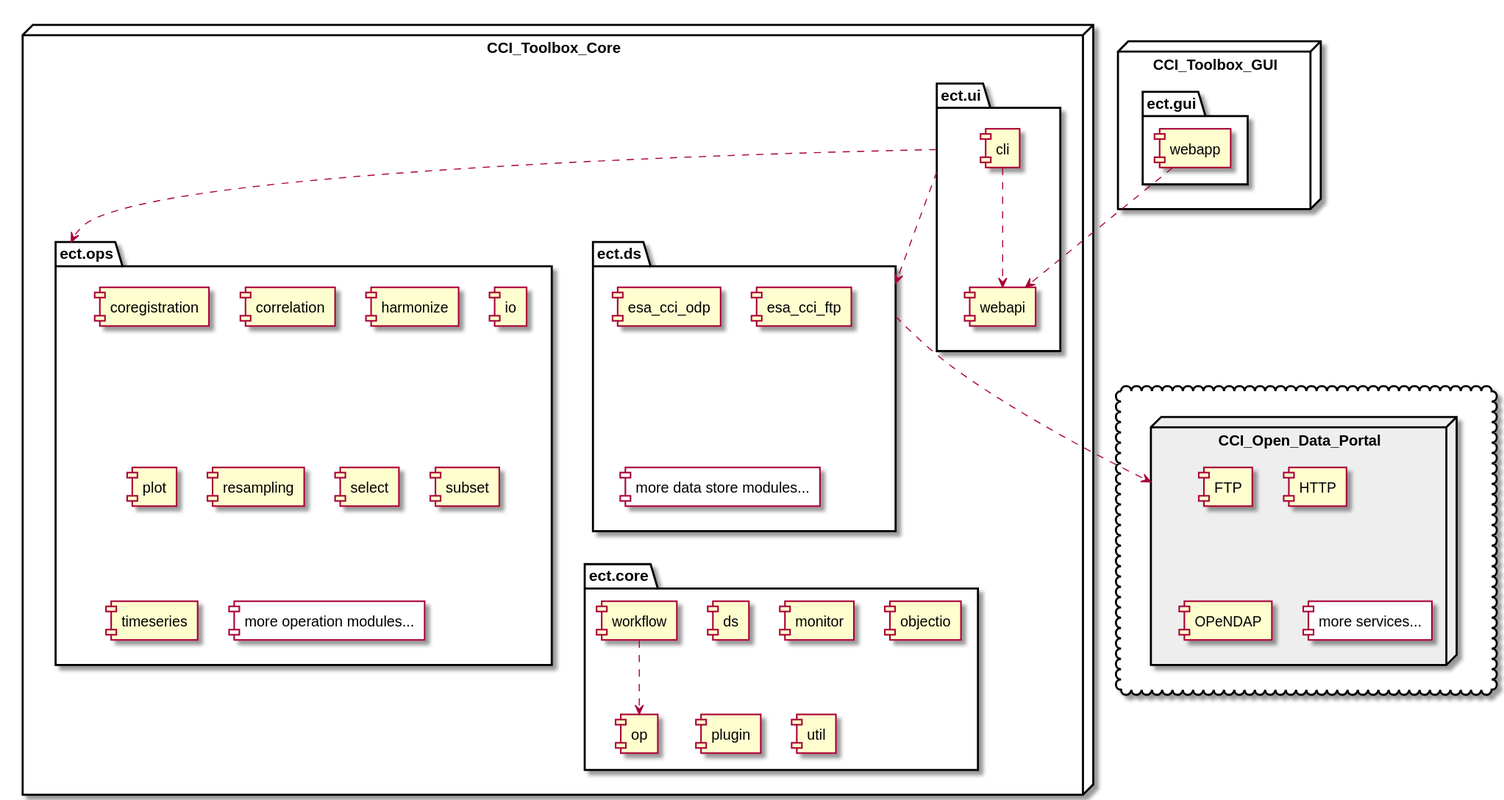
Above: doc/source/_static/uml/modules.svg in CCI-Tools/cate (PlantUML), before the change. Its source is kept beside it as doc/source/uml/modules.puml.
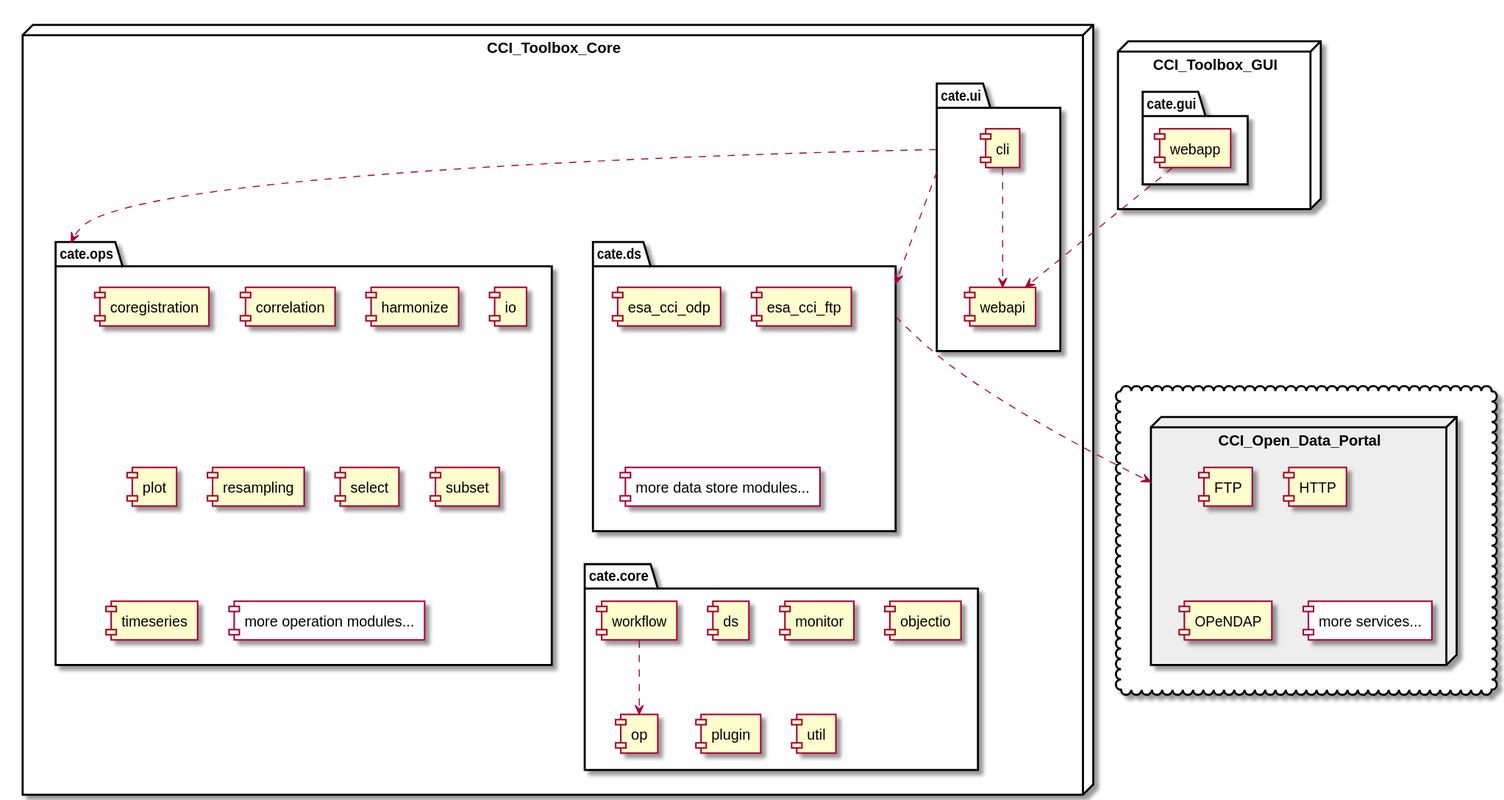
The same file after the commit.

What changed in the source:
```diff
@@ -2,13 +2,13 @@
 
 
 node "CCI_Toolbox_Core" {
-    package "ect.ds" {
+    package "cate.ds" {
         [esa_cci_odp]
         [esa_cci_ftp]
         [more data store modules...] #white
     }
 
-    package ect.ops {
+    package cate.ops {
         [coregistration]
         [correlation]
         [harmonize]
@@ -21,7 +21,7 @@
         [more operation modules...] #white
     }
 
-    package "ect.core" {
+    package "cate.core" {
         [ds]
         [monitor]
         [objectio]
@@ -31,14 +31,14 @@
         [workflow]
     }
 
-    package "ect.ui" {
+    package "cate.ui" {
         [cli]
         [webapi]
     }
 }
 
 node "CCI_Toolbox_GUI" {
-    package "ect.gui" {
+    package "cate.gui" {
         [webapp]
     }
 }
@@ -57,9 +57,9 @@
 
 [workflow] ..> [op]
 
-ect.ui .r.> ect.ops
-ect.ui .r.> ect.ds
-ect.ds .r.> CCI_Open_Data_Portal
+cate.ui .r.> cate.ops
+cate.ui .r.> cate.ds
+cate.ds .r.> CCI_Open_Data_Portal
 
 
 @enduml
```
